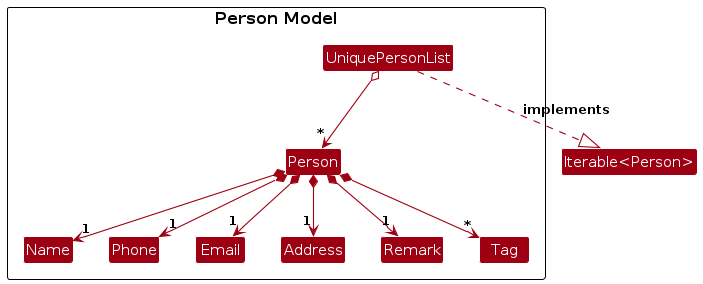
The PlantUML diagram diagrams/PersonModelClassDiagram.png in loyaltypollution/tp, before a commit. Its source is kept beside it as diagrams/PersonModelClassDiagram.puml. Its diagram source:
```plantuml
@startuml
!include style.puml
skinparam arrowThickness 1.1
skinparam arrowColor MODEL_COLOR
skinparam classBackgroundColor MODEL_COLOR

package "Person Model" as PersonModel {
    class Person {
        - name: Name
        - phone: Phone
        - email: Email
        - address: Address
        - remark: Remark
        - tags: Set<Tag>
        + getName(): Name
        + getPhone(): Phone
        + getEmail(): Email
        + getAddress(): Address
        + getRemark(): Remark
        + getTags(): Set<Tag>
        + isSamePerson(otherPerson): boolean
        + equals(Object): boolean
        + hashCode(): int
        + toString(): String
    }

    class Name {
        - {static} MESSAGE_CONSTRAINTS: String
        - {static} VALIDATION_REGEX: String
        - name: String
        + getName(): String
        + {static} isValidName(String): boolean
        + equals(Object): boolean
        + hashCode(): int
        + toString(): String
    }

    class Phone {
        - {static} MESSAGE_CONSTRAINTS: String
        - {static} VALIDATION_REGEX: String
        - phone: String
        + getPhone(): String
        + {static} isValidPhone(String): boolean
        + equals(Object): boolean
        + hashCode(): int
        + toString(): String
    }

    class Email {
        - {static} MESSAGE_CONSTRAINTS: String
        - {static} VALIDATION_REGEX: String
        - email: String
        + getEmail(): String
        + {static} isValidEmail(String): boolean
        + equals(Object): boolean
        + hashCode(): int
        + toString(): String
    }

    class Address {
        - {static} MESSAGE_CONSTRAINTS: String
        - address: String
        + getAddress(): String
        + {static} isValidAddress(String): boolean
        + equals(Object): boolean
        + hashCode(): int
        + toString(): String
    }

    class Remark {
        - remark: String
        + getRemark(): String
        + equals(Object): boolean
        + hashCode(): int
        + toString(): String
    }

    class Tag {
        - {static} MESSAGE_CONSTRAINTS: String
        - {static} VALIDATION_REGEX: String
        - tagName: String
        + getTagName(): String
        + {static} isValidTagName(String): boolean
        + equals(Object): boolean
        + hashCode(): int
        + toString(): String
    }

    class UniquePersonList {
        - internalList: ObservableList<Person>
        - internalUnmodifiableList: ObservableList<Person>
        + contains(Person): boolean
        + add(Person): void
        + setPerson(Person, Person): void
        + remove(Person): void
        + setPersons(List<Person>): void
        + setPersons(UniquePersonList): void
        + asUnmodifiableObservableList(): ObservableList<Person>
        + iterator(): Iterator<Person>
        + equals(Object): boolean
        + hashCode(): int
        + toString(): String
        - personsAreUnique(List<Person>): boolean
    }
}

Person *--> "1" Name
Person *--> "1" Phone
Person *--> "1" Email
Person *--> "1" Address
Person *--> "1" Remark
Person *--> "*" Tag

UniquePersonList o--> "*" Person
UniquePersonList ..|> "Iterable<Person>" : implements

@enduml
```
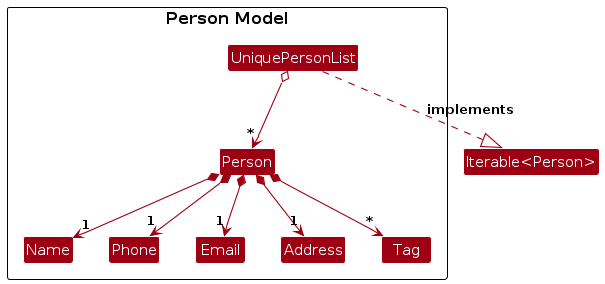
Above is the later version.

Change to the diagram source:
```diff
@@ -10,13 +10,11 @@
         - phone: Phone
         - email: Email
         - address: Address
-        - remark: Remark
         - tags: Set<Tag>
         + getName(): Name
         + getPhone(): Phone
         + getEmail(): Email
         + getAddress(): Address
-        + getRemark(): Remark
         + getTags(): Set<Tag>
         + isSamePerson(otherPerson): boolean
         + equals(Object): boolean
@@ -67,13 +65,6 @@
         + toString(): String
     }
 
-    class Remark {
-        - remark: String
-        + getRemark(): String
-        + equals(Object): boolean
-        + hashCode(): int
-        + toString(): String
-    }
 
     class Tag {
         - {static} MESSAGE_CONSTRAINTS: String
@@ -108,7 +99,6 @@
 Person *--> "1" Phone
 Person *--> "1" Email
 Person *--> "1" Address
-Person *--> "1" Remark
 Person *--> "*" Tag
 
 UniquePersonList o--> "*" Person
```
